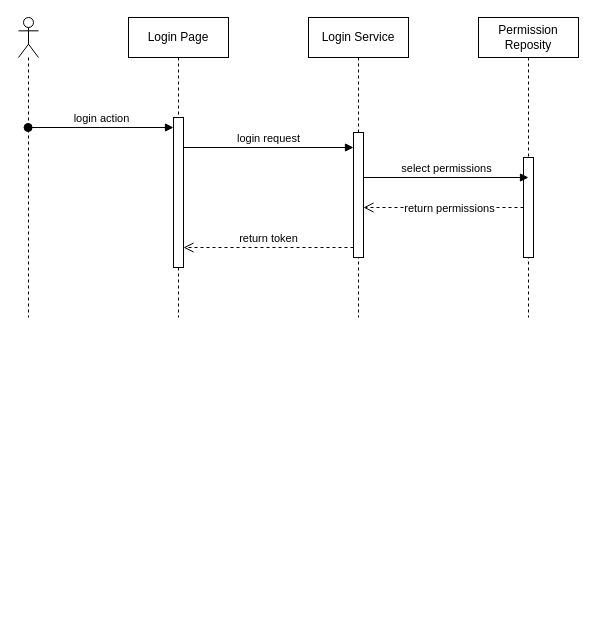
Above: map/SWMS-RBAC.drawio in msqtt/Sources (draw.io), before the change. Source tidied: cells renumbered, new cells numbered last; positions are measured from the earlier drawing's top-left corner, leaving out a move shared by most shapes. Both pictures are drawn from the tidied source at 100%, with x=0, y=0 at pixel (18, 17).
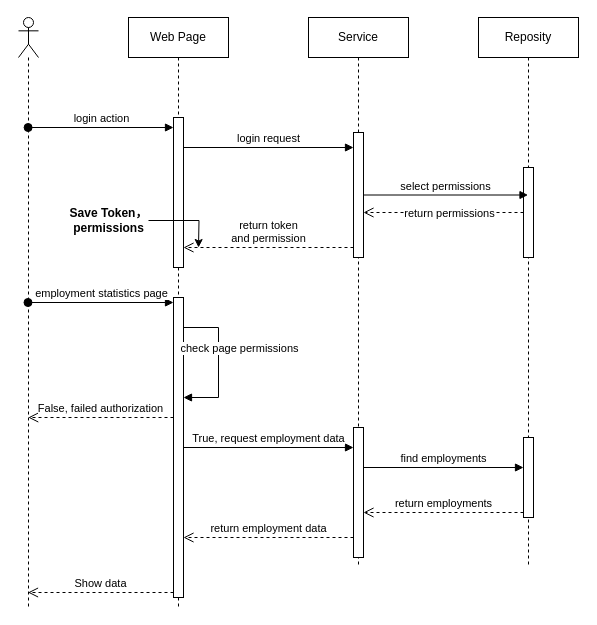
The same page after the edit.

The change refers to these unchanged cells:
```xml
<mxCell id="6" style="html=1;points=[[0,0,0,0,5],[0,1,0,0,-5],[1,0,0,0,5],[1,1,0,0,-5]];perimeter=orthogonalPerimeter;outlineConnect=0;targetShapes=umlLifeline;portConstraint=eastwest;newEdgeStyle={&quot;curved&quot;:0,&quot;rounded&quot;:0};" parent="5" vertex="1">
  <mxGeometry x="45" y="115" width="10" height="125" as="geometry" />
</mxCell>
```

Change to the diagram source:
```diff
@@
-    <mxCell id="2" value="Login Page" style="shape=umlLifeline;perimeter=lifelinePerimeter;whiteSpace=wrap;html=1;newEdgeStyle={&quot;curved&quot;:0,&quot;rounded&quot;:0};" parent="1" vertex="1">
-      <mxGeometry x="110" width="100" height="300" as="geometry" />
+    <mxCell id="2" value="Web Page" style="shape=umlLifeline;perimeter=lifelinePerimeter;whiteSpace=wrap;html=1;newEdgeStyle={&quot;curved&quot;:0,&quot;rounded&quot;:0};" parent="1" vertex="1">
+      <mxGeometry x="110" width="100" height="590" as="geometry" />
     </mxCell>
@@
+    <mxCell id="15" style="html=1;points=[[0,0,0,0,5],[0,1,0,0,-5],[1,0,0,0,5],[1,1,0,0,-5]];perimeter=orthogonalPerimeter;outlineConnect=0;targetShapes=umlLifeline;portConstraint=eastwest;newEdgeStyle={&quot;curved&quot;:0,&quot;rounded&quot;:0};" parent="2" vertex="1">
+      <mxGeometry x="45" y="280" width="10" height="300" as="geometry" />
+    </mxCell>
+    <mxCell id="16" style="endArrow=block;endFill=1;html=1;edgeStyle=orthogonalEdgeStyle;align=left;verticalAlign=top;rounded=0;elbow=horizontal;" parent="2" edge="1" target="15">
+      <mxGeometry x="-1" relative="1" as="geometry">
+        <mxPoint x="55" y="310" as="sourcePoint" />
+        <Array as="points">
+          <mxPoint x="90" y="310" />
+          <mxPoint x="90" y="380" />
+        </Array>
+      </mxGeometry>
+    </mxCell>
+    <mxCell id="17" value="check page permissions" style="edgeLabel;html=1;align=center;verticalAlign=middle;" parent="16" vertex="1">
+      <mxGeometry x="-0.21" y="2" relative="1" as="geometry">
+        <mxPoint x="18" as="offset" />
+      </mxGeometry>
+    </mxCell>
     <mxCell id="4" style="shape=umlLifeline;perimeter=lifelinePerimeter;whiteSpace=wrap;html=1;outlineConnect=0;portConstraint=eastwest;newEdgeStyle={&quot;curved&quot;:0,&quot;rounded&quot;:0};participant=umlActor;" parent="1" vertex="1">
-      <mxGeometry width="20" height="300" as="geometry" />
+      <mxGeometry width="20" height="590" as="geometry" />
     </mxCell>
-    <mxCell id="5" value="Login Service" style="shape=umlLifeline;perimeter=lifelinePerimeter;whiteSpace=wrap;html=1;newEdgeStyle={&quot;curved&quot;:0,&quot;rounded&quot;:0};" parent="1" vertex="1">
-      <mxGeometry x="290" width="100" height="300" as="geometry" />
+    <mxCell id="5" value="Service" style="shape=umlLifeline;perimeter=lifelinePerimeter;whiteSpace=wrap;html=1;newEdgeStyle={&quot;curved&quot;:0,&quot;rounded&quot;:0};" parent="1" vertex="1">
+      <mxGeometry x="290" width="100" height="550" as="geometry" />
     </mxCell>
@@
+    <mxCell id="18" style="html=1;points=[[0,0,0,0,5],[0,1,0,0,-5],[1,0,0,0,5],[1,1,0,0,-5]];perimeter=orthogonalPerimeter;outlineConnect=0;targetShapes=umlLifeline;portConstraint=eastwest;newEdgeStyle={&quot;curved&quot;:0,&quot;rounded&quot;:0};" parent="5" vertex="1">
+      <mxGeometry x="45" y="410" width="10" height="130" as="geometry" />
+    </mxCell>
@@
-    <mxCell id="9" value="return token" style="html=1;verticalAlign=bottom;endArrow=open;dashed=1;endSize=8;curved=0;rounded=0;" parent="1" edge="1">
+    <mxCell id="9" value="return token &lt;br&gt;and permission" style="html=1;verticalAlign=bottom;endArrow=open;dashed=1;endSize=8;curved=0;rounded=0;" parent="1" edge="1">
       <mxGeometry relative="1" as="geometry">
         <mxPoint x="335" y="230" as="sourcePoint" />
         <mxPoint x="165" y="230" as="targetPoint" />
       </mxGeometry>
     </mxCell>
-    <mxCell id="10" value="Permission Reposity" style="shape=umlLifeline;perimeter=lifelinePerimeter;whiteSpace=wrap;html=1;outlineConnect=0;portConstraint=eastwest;newEdgeStyle={&quot;curved&quot;:0,&quot;rounded&quot;:0};" parent="1" vertex="1">
-      <mxGeometry x="460" width="100" height="300" as="geometry" />
+    <mxCell id="10" value="Reposity" style="shape=umlLifeline;perimeter=lifelinePerimeter;whiteSpace=wrap;html=1;outlineConnect=0;portConstraint=eastwest;newEdgeStyle={&quot;curved&quot;:0,&quot;rounded&quot;:0};" parent="1" vertex="1">
+      <mxGeometry x="460" width="100" height="550" as="geometry" />
     </mxCell>
     <mxCell id="11" style="html=1;points=[[0,0,0,0,5],[0,1,0,0,-5],[1,0,0,0,5],[1,1,0,0,-5]];perimeter=orthogonalPerimeter;outlineConnect=0;targetShapes=umlLifeline;portConstraint=eastwest;newEdgeStyle={&quot;curved&quot;:0,&quot;rounded&quot;:0};" parent="10" vertex="1">
-      <mxGeometry x="45" y="140" width="10" height="100" as="geometry" />
+      <mxGeometry x="45" y="150" width="10" height="90" as="geometry" />
     </mxCell>
+    <mxCell id="19" style="html=1;points=[[0,0,0,0,5],[0,1,0,0,-5],[1,0,0,0,5],[1,1,0,0,-5]];perimeter=orthogonalPerimeter;outlineConnect=0;targetShapes=umlLifeline;portConstraint=eastwest;newEdgeStyle={&quot;curved&quot;:0,&quot;rounded&quot;:0};" parent="10" vertex="1">
+      <mxGeometry x="45" y="420" width="10" height="80" as="geometry" />
+    </mxCell>
-    <mxCell id="12" value="select permissions" style="html=1;verticalAlign=bottom;endArrow=block;curved=0;rounded=0;" parent="1" edge="1" source="6">
-      <mxGeometry relative="1" as="geometry">
-        <mxPoint x="510" y="160" as="targetPoint" />
-      </mxGeometry>
+    <mxCell id="12" value="select permissions" style="html=1;verticalAlign=bottom;endArrow=block;curved=0;rounded=0;" parent="1" edge="1" source="6" target="10">
+      <mxGeometry relative="1" as="geometry" />
     </mxCell>
@@
+    <mxCell id="20" style="edgeStyle=orthogonalEdgeStyle;rounded=0;jettySize=auto;html=1;" parent="1" edge="1" source="21">
+      <mxGeometry relative="1" as="geometry">
+        <mxPoint x="180" y="230" as="targetPoint" />
+      </mxGeometry>
+    </mxCell>
+    <mxCell id="21" value="Save Token，&lt;br&gt;permissions" style="text;align=center;fontStyle=1;verticalAlign=middle;spacingLeft=3;spacingRight=3;strokeColor=none;points=[[0,0.5],[1,0.5]];portConstraint=eastwest;html=1;" parent="1" vertex="1">
+      <mxGeometry x="50" y="190" width="80" height="26" as="geometry" />
+    </mxCell>
+    <mxCell id="22" value="employment &lt;a&gt;statistics&lt;/a&gt; page" style="html=1;verticalAlign=bottom;startArrow=oval;endArrow=block;startSize=8;curved=0;rounded=0;entryX=0;entryY=0;entryDx=0;entryDy=5;" parent="1" edge="1" source="4" target="15">
+      <mxGeometry relative="1" as="geometry" />
+    </mxCell>
+    <mxCell id="23" value="False, failed authorization" style="html=1;verticalAlign=bottom;endArrow=open;dashed=1;endSize=8;curved=0;rounded=0;" parent="1" edge="1">
+      <mxGeometry relative="1" as="geometry">
+        <mxPoint x="155" y="400" as="sourcePoint" />
+        <mxPoint x="9.7" y="400" as="targetPoint" />
+      </mxGeometry>
+    </mxCell>
+    <mxCell id="24" value="True, request employment data" style="html=1;verticalAlign=bottom;endArrow=block;curved=0;rounded=0;" parent="1" edge="1" target="18">
+      <mxGeometry relative="1" as="geometry">
+        <mxPoint x="165" y="430" as="sourcePoint" />
+      </mxGeometry>
+    </mxCell>
+    <mxCell id="25" value="find employments" style="html=1;verticalAlign=bottom;endArrow=block;curved=0;rounded=0;" parent="1" edge="1" target="19">
+      <mxGeometry relative="1" as="geometry">
+        <mxPoint x="345" y="450" as="sourcePoint" />
+      </mxGeometry>
+    </mxCell>
+    <mxCell id="26" value="return employments" style="html=1;verticalAlign=bottom;endArrow=open;dashed=1;endSize=8;curved=0;rounded=0;exitX=0;exitY=1;exitDx=0;exitDy=-5;" parent="1" edge="1" source="19" target="18">
+      <mxGeometry relative="1" as="geometry" />
+    </mxCell>
+    <mxCell id="27" value="return employment data" style="html=1;verticalAlign=bottom;endArrow=open;dashed=1;endSize=8;curved=0;rounded=0;" parent="1" edge="1" source="18">
+      <mxGeometry relative="1" as="geometry">
+        <mxPoint x="165" y="520" as="targetPoint" />
+      </mxGeometry>
+    </mxCell>
+    <mxCell id="28" value="Show data" style="html=1;verticalAlign=bottom;endArrow=open;dashed=1;endSize=8;curved=0;rounded=0;exitX=0;exitY=1;exitDx=0;exitDy=-5;exitPerimeter=0;" parent="1" edge="1" source="15" target="4">
+      <mxGeometry relative="1" as="geometry" />
+    </mxCell>
```
